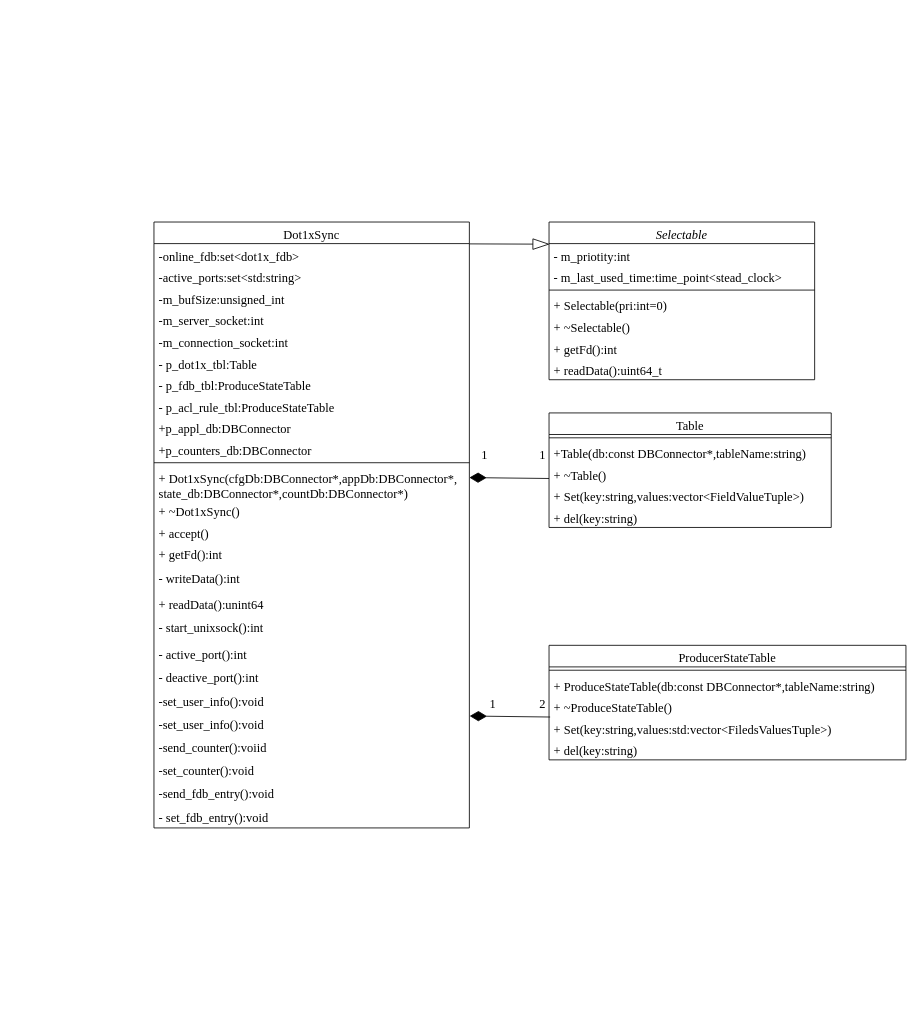
Earlier version of the draw.io diagram Dot1xSync.drawio (PATORITU/PATORITU). Source tidied: cells renumbered, new cells numbered last; positions are measured from the earlier drawing's top-left corner, leaving out a move shared by most shapes. Both pictures are drawn from the tidied source at 83%, with x=0, y=0 at pixel (154, 222).
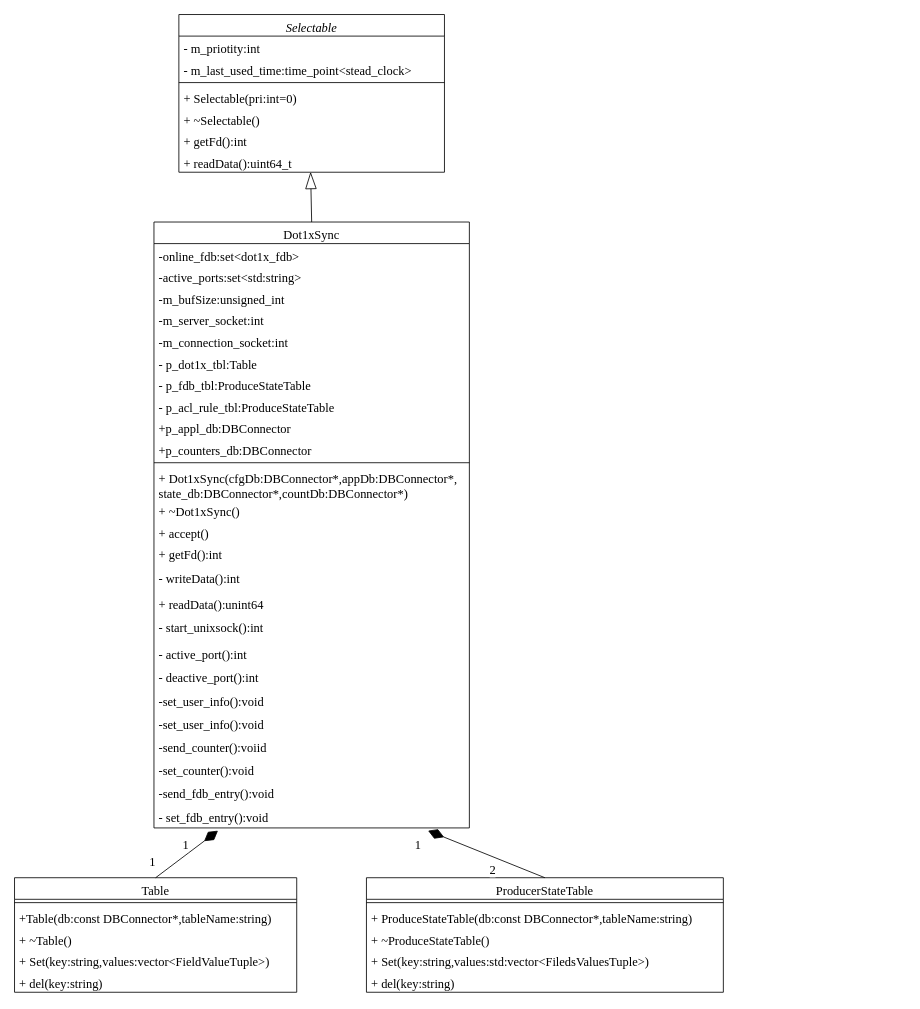
The same diagram, later.

The change refers to these unchanged cells:
```xml
<mxCell id="3" value="- m_priotity:int" style="text;align=left;verticalAlign=top;spacingLeft=4;spacingRight=4;overflow=hidden;points=[[0,0.5],[1,0.5]];portConstraint=eastwest;fontSize=15;fontFamily=Times New Roman;" parent="2" vertex="1">
  <mxGeometry y="26" width="320" height="26" as="geometry" />
</mxCell>
<mxCell id="9" value="+ readData():uint64_t" style="text;align=left;verticalAlign=top;spacingLeft=4;spacingRight=4;overflow=hidden;points=[[0,0.5],[1,0.5]];portConstraint=eastwest;rounded=0;shadow=0;html=0;fontSize=15;fontFamily=Times New Roman;" parent="2" vertex="1">
  <mxGeometry y="164" width="320" height="26" as="geometry" />
</mxCell>
<mxCell id="16" value="Dot1xSync" style="swimlane;fontStyle=0;align=center;verticalAlign=top;horizontal=1;startSize=26;rounded=0;shadow=0;strokeWidth=1;fontSize=15;fontFamily=Times New Roman;" parent="1" vertex="1">
  <mxGeometry width="380" height="730" as="geometry" />
</mxCell>
<mxCell id="17" value="-online_fdb:set&lt;dot1x_fdb&gt;" style="text;align=left;verticalAlign=top;spacingLeft=4;spacingRight=4;overflow=hidden;points=[[0,0.5],[1,0.5]];portConstraint=eastwest;fontSize=15;fontFamily=Times New Roman;" parent="16" vertex="1">
  <mxGeometry y="26" width="380" height="26" as="geometry" />
</mxCell>
<mxCell id="28" value="+ Dot1xSync(cfgDb:DBConnector*,appDb:DBConnector*,&#10;state_db:DBConnector*,countDb:DBConnector*)" style="text;align=left;verticalAlign=top;spacingLeft=4;spacingRight=4;overflow=hidden;points=[[0,0.5],[1,0.5]];portConstraint=eastwest;fontSize=15;fontFamily=Times New Roman;" parent="16" vertex="1">
  <mxGeometry y="294" width="380" height="40" as="geometry" />
</mxCell>
<mxCell id="38" value="-set_user_info():void" style="text;align=left;verticalAlign=top;spacingLeft=4;spacingRight=4;overflow=hidden;points=[[0,0.5],[1,0.5]];portConstraint=eastwest;rounded=0;shadow=0;html=0;fontSize=15;fontFamily=Times New Roman;" parent="16" vertex="1">
  <mxGeometry y="590" width="380" height="28" as="geometry" />
</mxCell>
<mxCell id="42" value="- set_fdb_entry():void" style="text;align=left;verticalAlign=top;spacingLeft=4;spacingRight=4;overflow=hidden;points=[[0,0.5],[1,0.5]];portConstraint=eastwest;rounded=0;shadow=0;html=0;fontSize=15;fontFamily=Times New Roman;" parent="16" vertex="1">
  <mxGeometry y="702" width="380" height="28" as="geometry" />
</mxCell>
<mxCell id="47" value="+ Set(key:string,values:std:vector&lt;FiledsValuesTuple&gt;)" style="text;align=left;verticalAlign=top;spacingLeft=4;spacingRight=4;overflow=hidden;points=[[0,0.5],[1,0.5]];portConstraint=eastwest;fontSize=15;fontFamily=Times New Roman;" parent="43" vertex="1">
  <mxGeometry y="86" width="430" height="26" as="geometry" />
</mxCell>
```

The edit, as a diff of the source:
```diff
@@
     <mxCell id="2" value="Selectable" style="swimlane;fontStyle=2;align=center;verticalAlign=top;horizontal=1;startSize=26;rounded=0;shadow=0;strokeWidth=1;fontSize=15;fontFamily=Times New Roman;" parent="1" vertex="1">
-      <mxGeometry x="476" width="320" height="190" as="geometry" />
+      <mxGeometry x="30" y="-250" width="320" height="190" as="geometry" />
     </mxCell>
@@
     <mxCell id="10" value="Table" style="swimlane;fontStyle=0;align=center;verticalAlign=top;horizontal=1;startSize=26;rounded=0;shadow=0;strokeWidth=1;fontSize=15;fontFamily=Times New Roman;" parent="1" vertex="1">
-      <mxGeometry x="476" y="230" width="340" height="138" as="geometry" />
+      <mxGeometry x="-168" y="790" width="340" height="138" as="geometry" />
     </mxCell>
@@
     <mxCell id="43" value="ProducerStateTable" style="swimlane;fontStyle=0;align=center;verticalAlign=top;horizontal=1;startSize=26;rounded=0;shadow=0;strokeWidth=1;fontSize=15;fontFamily=Times New Roman;" parent="1" vertex="1">
-      <mxGeometry x="476" y="510" width="430" height="138" as="geometry" />
+      <mxGeometry x="256" y="790" width="430" height="138" as="geometry" />
     </mxCell>
@@
-    <mxCell id="49" style="endArrow=blockThin;html=1;rounded=0;entryX=0.002;entryY=0.026;entryDx=0;entryDy=0;entryPerimeter=0;endFill=0;endSize=18;exitX=1;exitY=0.013;exitDx=0;exitDy=0;exitPerimeter=0;fontSize=15;fontFamily=Times New Roman;" parent="1" edge="1" source="17" target="3">
+    <mxCell id="49" style="endArrow=blockThin;html=1;rounded=0;entryX=0.496;entryY=0.992;entryDx=0;entryDy=0;entryPerimeter=0;endFill=0;endSize=18;exitX=0.5;exitY=0;exitDx=0;exitDy=0;fontSize=15;fontFamily=Times New Roman;" parent="1" edge="1" source="16" target="9">
       <mxGeometry relative="1" as="geometry" />
     </mxCell>
-    <mxCell id="50" style="endArrow=diamondThin;html=1;rounded=0;exitX=0.003;exitY=0.015;exitDx=0;exitDy=0;endFill=1;fontSize=15;endSize=18;exitPerimeter=0;entryX=1.001;entryY=0.185;entryDx=0;entryDy=0;entryPerimeter=0;fontFamily=Times New Roman;" parent="1" edge="1" source="47" target="38">
+    <mxCell id="50" style="endArrow=diamondThin;html=1;rounded=0;exitX=0.5;exitY=0;exitDx=0;exitDy=0;endFill=1;fontSize=15;endSize=18;fontFamily=Times New Roman;entryX=0.869;entryY=1.119;entryDx=0;entryDy=0;entryPerimeter=0;" parent="1" edge="1" source="43" target="42">
       <mxGeometry relative="1" as="geometry" />
     </mxCell>
     <mxCell id="51" value="1" style="edgeLabel;html=1;align=center;verticalAlign=middle;fontSize=15;fontFamily=Times New Roman;" parent="1" vertex="1">
-      <mxGeometry x="336" y="600" as="geometry">
+      <mxGeometry x="246" y="770" as="geometry">
         <mxPoint x="71" y="-21" as="offset" />
       </mxGeometry>
     </mxCell>
     <mxCell id="52" value="2" style="edgeLabel;html=1;align=center;verticalAlign=middle;fontSize=15;fontFamily=Times New Roman;" parent="1" vertex="1">
-      <mxGeometry x="396" y="600" as="geometry">
+      <mxGeometry x="336" y="800" as="geometry">
         <mxPoint x="71" y="-21" as="offset" />
       </mxGeometry>
     </mxCell>
-    <mxCell id="53" style="endArrow=diamondThin;html=1;rounded=0;exitX=-0.001;exitY=0.127;exitDx=0;exitDy=0;endFill=1;fontSize=15;endSize=18;exitPerimeter=0;entryX=1;entryY=0.348;entryDx=0;entryDy=0;entryPerimeter=0;fontFamily=Times New Roman;" parent="1" edge="1" target="28">
-      <mxGeometry relative="1" as="geometry">
-        <mxPoint x="476" y="309" as="sourcePoint" />
-      </mxGeometry>
+    <mxCell id="53" style="endArrow=diamondThin;html=1;rounded=0;exitX=0.5;exitY=0;exitDx=0;exitDy=0;endFill=1;fontSize=15;endSize=18;fontFamily=Times New Roman;entryX=0.203;entryY=1.119;entryDx=0;entryDy=0;entryPerimeter=0;" parent="1" edge="1" source="10" target="42">
+      <mxGeometry relative="1" as="geometry" />
     </mxCell>
     <mxCell id="54" value="1" style="edgeLabel;html=1;align=center;verticalAlign=middle;fontSize=15;fontFamily=Times New Roman;" parent="1" vertex="1">
-      <mxGeometry x="326" y="300" as="geometry">
+      <mxGeometry x="-34" y="770" as="geometry">
         <mxPoint x="71" y="-21" as="offset" />
       </mxGeometry>
     </mxCell>
     <mxCell id="55" value="1" style="edgeLabel;html=1;align=center;verticalAlign=middle;fontSize=15;fontFamily=Times New Roman;" parent="1" vertex="1">
-      <mxGeometry x="396" y="300" as="geometry">
+      <mxGeometry x="-74" y="790" as="geometry">
         <mxPoint x="71" y="-21" as="offset" />
       </mxGeometry>
     </mxCell>
```
